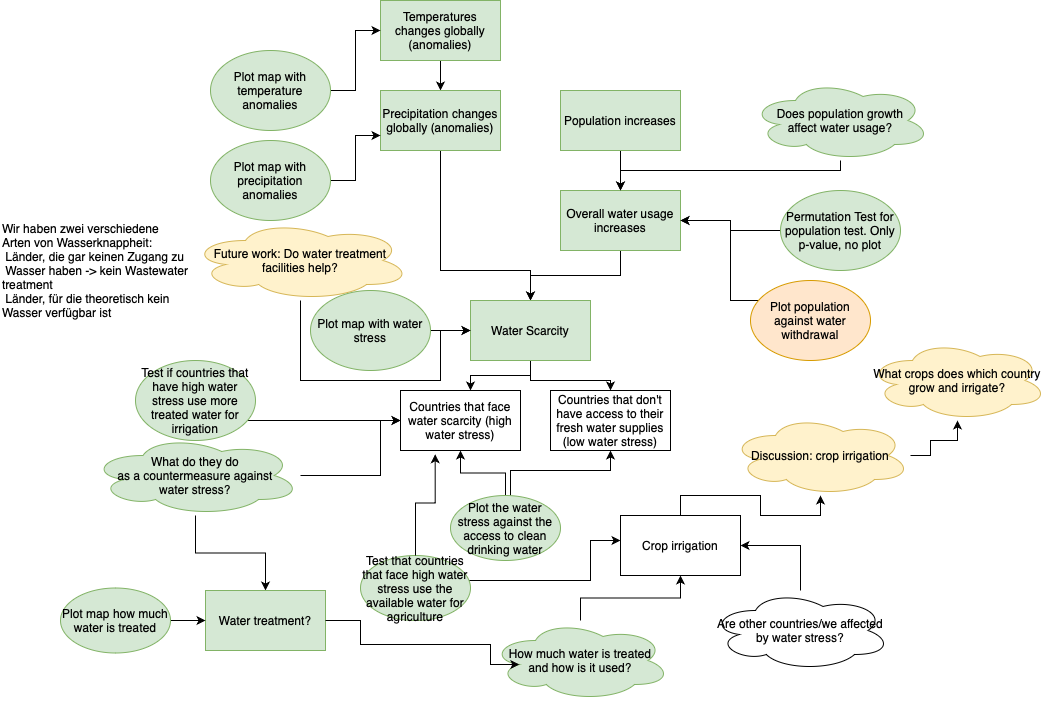
Before: paper_topics.drawio.png, a diagram exported from draw.io (am9zZWY/team-aqua). Source tidied: cells renumbered, new cells last; positions are measured from the earlier drawing's top-left corner, leaving out a move shared by most shapes.
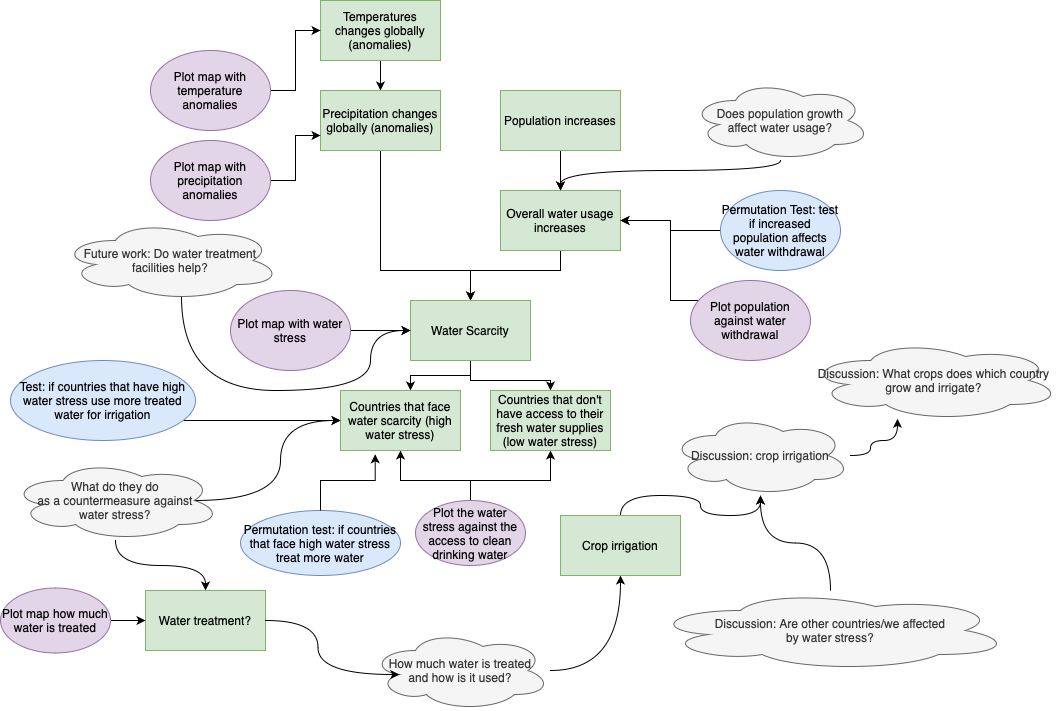
After the commit.

What changed in the source:
```diff
@@ -4,3 +4,3 @@
     <mxCell id="1" parent="0" />
-    <mxCell id="2" style="edgeStyle=orthogonalEdgeStyle;rounded=0;jettySize=auto;html=1;" parent="1" edge="1" source="3" target="5">
+    <mxCell id="2" style="edgeStyle=orthogonalEdgeStyle;rounded=0;jettySize=auto;html=1;fillColor=none;" parent="1" edge="1" source="3" target="5">
       <mxGeometry relative="1" as="geometry" />
@@ -10,3 +10,3 @@
     </mxCell>
-    <mxCell id="4" style="edgeStyle=orthogonalEdgeStyle;rounded=0;jettySize=auto;html=1;entryX=0.5;entryY=0;entryDx=0;entryDy=0;" parent="1" edge="1" source="5" target="12">
+    <mxCell id="4" style="edgeStyle=orthogonalEdgeStyle;rounded=0;jettySize=auto;html=1;entryX=0.5;entryY=0;entryDx=0;entryDy=0;fillColor=none;" parent="1" edge="1" source="5" target="12">
       <mxGeometry relative="1" as="geometry">
@@ -21,3 +21,3 @@
     </mxCell>
-    <mxCell id="6" style="edgeStyle=orthogonalEdgeStyle;rounded=0;jettySize=auto;html=1;" parent="1" edge="1" source="7" target="9">
+    <mxCell id="6" style="edgeStyle=orthogonalEdgeStyle;rounded=0;jettySize=auto;html=1;fillColor=none;" parent="1" edge="1" source="7" target="9">
       <mxGeometry relative="1" as="geometry" />
@@ -27,4 +27,9 @@
     </mxCell>
-    <mxCell id="8" style="edgeStyle=orthogonalEdgeStyle;rounded=0;jettySize=auto;html=1;" parent="1" edge="1" source="9" target="12">
-      <mxGeometry relative="1" as="geometry" />
+    <mxCell id="8" style="edgeStyle=orthogonalEdgeStyle;rounded=0;jettySize=auto;html=1;fillColor=none;" parent="1" edge="1" source="9" target="12">
+      <mxGeometry relative="1" as="geometry">
+        <Array as="points">
+          <mxPoint x="620" y="270" />
+          <mxPoint x="530" y="270" />
+        </Array>
+      </mxGeometry>
     </mxCell>
@@ -33,3 +38,3 @@
     </mxCell>
-    <mxCell id="10" style="edgeStyle=orthogonalEdgeStyle;rounded=0;jettySize=auto;html=1;" parent="1" edge="1" source="12" target="45">
+    <mxCell id="10" style="edgeStyle=orthogonalEdgeStyle;rounded=0;jettySize=auto;html=1;fillColor=none;" parent="1" edge="1" source="12" target="45">
       <mxGeometry relative="1" as="geometry">
@@ -41,3 +46,3 @@
     </mxCell>
-    <mxCell id="11" style="edgeStyle=orthogonalEdgeStyle;rounded=0;jettySize=auto;html=1;" parent="1" edge="1" source="12" target="46">
+    <mxCell id="11" style="edgeStyle=orthogonalEdgeStyle;rounded=0;jettySize=auto;html=1;fillColor=none;" parent="1" edge="1" source="12" target="46">
       <mxGeometry relative="1" as="geometry">
@@ -52,17 +57,12 @@
     </mxCell>
-    <mxCell id="13" style="edgeStyle=orthogonalEdgeStyle;rounded=0;jettySize=auto;html=1;" parent="1" edge="1" source="15" target="18">
+    <mxCell id="13" style="edgeStyle=orthogonalEdgeStyle;rounded=0;jettySize=auto;html=1;fillColor=none;curved=1;" parent="1" edge="1" source="15" target="18">
       <mxGeometry relative="1" as="geometry" />
     </mxCell>
-    <mxCell id="14" style="edgeStyle=orthogonalEdgeStyle;rounded=0;jettySize=auto;html=1;" parent="1" edge="1" source="15" target="45">
-      <mxGeometry relative="1" as="geometry">
-        <Array as="points">
-          <mxPoint x="380" y="475" />
-          <mxPoint x="380" y="420" />
-        </Array>
-      </mxGeometry>
+    <mxCell id="14" style="edgeStyle=orthogonalEdgeStyle;rounded=0;jettySize=auto;html=1;fillColor=none;curved=1;exitX=0.875;exitY=0.5;exitDx=0;exitDy=0;exitPerimeter=0;entryX=0;entryY=0.5;entryDx=0;entryDy=0;" parent="1" edge="1" source="15" target="45">
+      <mxGeometry relative="1" as="geometry" />
     </mxCell>
-    <mxCell id="15" value="What do they do&lt;br&gt;as a countermeasure against&lt;br&gt;water stress?" style="ellipse;shape=cloud;whiteSpace=wrap;html=1;fillColor=#d5e8d4;strokeColor=#82b366;" parent="1" vertex="1">
-      <mxGeometry x="90" y="435" width="210" height="80" as="geometry" />
+    <mxCell id="15" value="What do they do&lt;br&gt;as a countermeasure against&lt;br&gt;water stress?" style="ellipse;shape=cloud;whiteSpace=wrap;html=1;fillColor=#f5f5f5;fontColor=#333333;strokeColor=#666666;" parent="1" vertex="1">
+      <mxGeometry x="70" y="460" width="210" height="80" as="geometry" />
     </mxCell>
-    <mxCell id="16" style="edgeStyle=orthogonalEdgeStyle;rounded=0;jettySize=auto;html=1;" parent="1" edge="1" source="17" target="9">
+    <mxCell id="16" style="edgeStyle=orthogonalEdgeStyle;rounded=0;jettySize=auto;html=1;fillColor=none;curved=1;" parent="1" edge="1" source="17" target="9">
       <mxGeometry relative="1" as="geometry">
@@ -73,3 +73,3 @@
     </mxCell>
-    <mxCell id="17" value="Does population growth&lt;br&gt;affect water usage?" style="ellipse;shape=cloud;whiteSpace=wrap;html=1;fillColor=#d5e8d4;strokeColor=#82b366;" parent="1" vertex="1">
+    <mxCell id="17" value="Does population growth&lt;br&gt;affect water usage?" style="ellipse;shape=cloud;whiteSpace=wrap;html=1;fillColor=#f5f5f5;fontColor=#333333;strokeColor=#666666;" parent="1" vertex="1">
       <mxGeometry x="750" y="80" width="180" height="80" as="geometry" />
@@ -79,38 +79,32 @@
     </mxCell>
-    <mxCell id="19" style="edgeStyle=orthogonalEdgeStyle;rounded=0;jettySize=auto;html=1;" parent="1" edge="1" source="20" target="23">
+    <mxCell id="19" style="edgeStyle=orthogonalEdgeStyle;rounded=0;jettySize=auto;html=1;fillColor=none;curved=1;" parent="1" edge="1" source="20" target="23">
       <mxGeometry relative="1" as="geometry" />
     </mxCell>
-    <mxCell id="20" value="How much water is treated&lt;br&gt;and how is it used?" style="ellipse;shape=cloud;whiteSpace=wrap;html=1;fillColor=#d5e8d4;strokeColor=#82b366;" parent="1" vertex="1">
-      <mxGeometry x="490" y="620" width="180" height="80" as="geometry" />
+    <mxCell id="20" value="How much water is treated&lt;br&gt;and how is it used?" style="ellipse;shape=cloud;whiteSpace=wrap;html=1;fillColor=#f5f5f5;fontColor=#333333;strokeColor=#666666;" parent="1" vertex="1">
+      <mxGeometry x="430" y="630" width="180" height="80" as="geometry" />
     </mxCell>
-    <mxCell id="21" style="edgeStyle=orthogonalEdgeStyle;rounded=0;jettySize=auto;html=1;entryX=0.16;entryY=0.55;entryDx=0;entryDy=0;entryPerimeter=0;" parent="1" edge="1" source="18" target="20">
-      <mxGeometry relative="1" as="geometry">
-        <Array as="points">
-          <mxPoint x="360" y="620" />
-          <mxPoint x="360" y="644" />
-          <mxPoint x="490" y="644" />
-          <mxPoint x="490" y="664" />
-        </Array>
-      </mxGeometry>
+    <mxCell id="21" style="edgeStyle=orthogonalEdgeStyle;rounded=0;jettySize=auto;html=1;entryX=0.16;entryY=0.55;entryDx=0;entryDy=0;entryPerimeter=0;fillColor=none;curved=1;" parent="1" edge="1" source="18" target="20">
+      <mxGeometry relative="1" as="geometry" />
     </mxCell>
-    <mxCell id="22" style="edgeStyle=orthogonalEdgeStyle;rounded=0;jettySize=auto;html=1;" parent="1" edge="1" source="23" target="51">
+    <mxCell id="22" style="edgeStyle=orthogonalEdgeStyle;rounded=0;jettySize=auto;html=1;fillColor=none;curved=1;" parent="1" edge="1" source="23" target="51">
       <mxGeometry relative="1" as="geometry" />
     </mxCell>
-    <mxCell id="23" value="Crop irrigation" style="rounded=0;whiteSpace=wrap;html=1;" parent="1" vertex="1">
+    <mxCell id="23" value="Crop irrigation" style="rounded=0;whiteSpace=wrap;html=1;fillColor=#d5e8d4;strokeColor=#82b366;" parent="1" vertex="1">
       <mxGeometry x="620" y="515" width="120" height="60" as="geometry" />
     </mxCell>
-    <mxCell id="24" value="What crops does which country&lt;br&gt;grow and irrigate?" style="ellipse;shape=cloud;whiteSpace=wrap;html=1;fillColor=#fff2cc;strokeColor=#d6b656;" parent="1" vertex="1">
-      <mxGeometry x="867" y="340" width="180" height="80" as="geometry" />
+    <mxCell id="24" value="Discussion: What crops does which country&lt;br&gt;grow and irrigate?" style="ellipse;shape=cloud;whiteSpace=wrap;html=1;fillColor=#f5f5f5;fontColor=#333333;strokeColor=#666666;" parent="1" vertex="1">
+      <mxGeometry x="867" y="340" width="253" height="80" as="geometry" />
     </mxCell>
-    <mxCell id="25" style="edgeStyle=orthogonalEdgeStyle;rounded=0;jettySize=auto;html=1;entryX=1;entryY=0.5;entryDx=0;entryDy=0;" parent="1" edge="1" source="26" target="23">
+    <mxCell id="25" style="edgeStyle=orthogonalEdgeStyle;rounded=0;jettySize=auto;html=1;fillColor=none;curved=1;" parent="1" edge="1" source="26" target="51">
       <mxGeometry relative="1" as="geometry" />
     </mxCell>
-    <mxCell id="26" value="Are other countries/we affected&lt;br&gt;by water stress?" style="ellipse;shape=cloud;whiteSpace=wrap;html=1;" parent="1" vertex="1">
-      <mxGeometry x="710" y="590" width="180" height="80" as="geometry" />
+    <mxCell id="26" value="Discussion: Are other countries/we affected&lt;br&gt;by water stress?" style="ellipse;shape=cloud;whiteSpace=wrap;html=1;fillColor=#f5f5f5;fontColor=#333333;strokeColor=#666666;" parent="1" vertex="1">
+      <mxGeometry x="710" y="590" width="360" height="80" as="geometry" />
     </mxCell>
-    <mxCell id="27" style="edgeStyle=orthogonalEdgeStyle;rounded=0;jettySize=auto;html=1;" parent="1" edge="1" source="28" target="12">
+    <mxCell id="27" style="edgeStyle=orthogonalEdgeStyle;rounded=0;jettySize=auto;html=1;fillColor=none;curved=1;exitX=0.55;exitY=0.95;exitDx=0;exitDy=0;exitPerimeter=0;" parent="1" edge="1" source="28" target="12">
       <mxGeometry relative="1" as="geometry">
         <Array as="points">
-          <mxPoint x="440" y="380" />
-          <mxPoint x="440" y="330" />
+          <mxPoint x="241" y="390" />
+          <mxPoint x="430" y="390" />
+          <mxPoint x="430" y="330" />
         </Array>
@@ -118,30 +112,30 @@
     </mxCell>
-    <mxCell id="28" value="Future work: Do water treatment facilities help?" style="ellipse;shape=cloud;whiteSpace=wrap;html=1;fillColor=#fff2cc;strokeColor=#d6b656;" parent="1" vertex="1">
-      <mxGeometry x="190" y="220" width="220" height="80" as="geometry" />
+    <mxCell id="28" value="Future work: Do water treatment facilities help?" style="ellipse;shape=cloud;whiteSpace=wrap;html=1;fillColor=#f5f5f5;fontColor=#333333;strokeColor=#666666;" parent="1" vertex="1">
+      <mxGeometry x="120" y="220" width="220" height="80" as="geometry" />
     </mxCell>
-    <mxCell id="29" style="edgeStyle=orthogonalEdgeStyle;rounded=0;jettySize=auto;html=1;" parent="1" edge="1" source="30" target="12">
+    <mxCell id="29" style="edgeStyle=orthogonalEdgeStyle;rounded=0;jettySize=auto;html=1;fillColor=none;" parent="1" edge="1" source="30" target="12">
       <mxGeometry relative="1" as="geometry" />
     </mxCell>
-    <mxCell id="30" value="Plot map with water stress" style="ellipse;whiteSpace=wrap;html=1;fillColor=#d5e8d4;strokeColor=#82b366;" parent="1" vertex="1">
-      <mxGeometry x="310" y="290" width="120" height="80" as="geometry" />
+    <mxCell id="30" value="Plot map with water stress" style="ellipse;whiteSpace=wrap;html=1;fillColor=#e1d5e7;strokeColor=#9673a6;" parent="1" vertex="1">
+      <mxGeometry x="290" y="290" width="120" height="80" as="geometry" />
     </mxCell>
-    <mxCell id="31" style="edgeStyle=orthogonalEdgeStyle;rounded=0;jettySize=auto;html=1;" parent="1" edge="1" source="32" target="3">
+    <mxCell id="31" style="edgeStyle=orthogonalEdgeStyle;rounded=0;jettySize=auto;html=1;fillColor=none;" parent="1" edge="1" source="32" target="3">
       <mxGeometry relative="1" as="geometry" />
     </mxCell>
-    <mxCell id="32" value="Plot map with temperature anomalies" style="ellipse;whiteSpace=wrap;html=1;fillColor=#d5e8d4;strokeColor=#82b366;" parent="1" vertex="1">
+    <mxCell id="32" value="Plot map with temperature anomalies" style="ellipse;whiteSpace=wrap;html=1;fillColor=#e1d5e7;strokeColor=#9673a6;" parent="1" vertex="1">
       <mxGeometry x="210" y="50" width="120" height="80" as="geometry" />
     </mxCell>
-    <mxCell id="33" style="edgeStyle=orthogonalEdgeStyle;rounded=0;jettySize=auto;html=1;entryX=0;entryY=0.75;entryDx=0;entryDy=0;" parent="1" edge="1" source="34" target="5">
+    <mxCell id="33" style="edgeStyle=orthogonalEdgeStyle;rounded=0;jettySize=auto;html=1;entryX=0;entryY=0.75;entryDx=0;entryDy=0;fillColor=none;" parent="1" edge="1" source="34" target="5">
       <mxGeometry relative="1" as="geometry" />
     </mxCell>
-    <mxCell id="34" value="Plot map with precipitation anomalies" style="ellipse;whiteSpace=wrap;html=1;fillColor=#d5e8d4;strokeColor=#82b366;" parent="1" vertex="1">
+    <mxCell id="34" value="Plot map with precipitation anomalies" style="ellipse;whiteSpace=wrap;html=1;fillColor=#e1d5e7;strokeColor=#9673a6;" parent="1" vertex="1">
       <mxGeometry x="210" y="140" width="120" height="80" as="geometry" />
     </mxCell>
-    <mxCell id="35" style="edgeStyle=orthogonalEdgeStyle;rounded=0;jettySize=auto;html=1;" parent="1" edge="1" source="36" target="9">
+    <mxCell id="35" style="edgeStyle=orthogonalEdgeStyle;rounded=0;jettySize=auto;html=1;fillColor=none;" parent="1" edge="1" source="36" target="9">
       <mxGeometry relative="1" as="geometry" />
     </mxCell>
-    <mxCell id="36" value="Permutation Test for population test. Only p-value, no plot" style="ellipse;whiteSpace=wrap;html=1;fillColor=#d5e8d4;strokeColor=#82b366;" parent="1" vertex="1">
+    <mxCell id="36" value="Permutation Test: test if increased population affects water withdrawal" style="ellipse;whiteSpace=wrap;html=1;fillColor=#dae8fc;strokeColor=#6c8ebf;" parent="1" vertex="1">
       <mxGeometry x="780" y="190" width="120" height="80" as="geometry" />
     </mxCell>
-    <mxCell id="37" style="edgeStyle=orthogonalEdgeStyle;rounded=0;jettySize=auto;html=1;" parent="1" edge="1" source="38" target="9">
+    <mxCell id="37" style="edgeStyle=orthogonalEdgeStyle;rounded=0;jettySize=auto;html=1;fillColor=none;" parent="1" edge="1" source="38" target="9">
       <mxGeometry relative="1" as="geometry">
@@ -153,16 +147,16 @@
     </mxCell>
-    <mxCell id="38" value="Plot population against water withdrawal" style="ellipse;whiteSpace=wrap;html=1;fillColor=#ffe6cc;strokeColor=#d79b00;" parent="1" vertex="1">
+    <mxCell id="38" value="Plot population against water withdrawal" style="ellipse;whiteSpace=wrap;html=1;fillColor=#e1d5e7;strokeColor=#9673a6;" parent="1" vertex="1">
       <mxGeometry x="750" y="280" width="120" height="80" as="geometry" />
     </mxCell>
-    <mxCell id="39" style="edgeStyle=orthogonalEdgeStyle;rounded=0;jettySize=auto;html=1;" parent="1" edge="1" source="40" target="18">
+    <mxCell id="39" style="edgeStyle=orthogonalEdgeStyle;rounded=0;jettySize=auto;html=1;fillColor=none;" parent="1" edge="1" source="40" target="18">
       <mxGeometry relative="1" as="geometry" />
     </mxCell>
-    <mxCell id="40" value="Plot map how much water is treated" style="ellipse;whiteSpace=wrap;html=1;fillColor=#d5e8d4;strokeColor=#82b366;rotation=0;" parent="1" vertex="1">
+    <mxCell id="40" value="Plot map how much water is treated" style="ellipse;whiteSpace=wrap;html=1;fillColor=#e1d5e7;rotation=0;strokeColor=#9673a6;" parent="1" vertex="1">
       <mxGeometry x="60" y="587.5" width="110" height="65" as="geometry" />
     </mxCell>
-    <mxCell id="41" style="edgeStyle=orthogonalEdgeStyle;rounded=0;jettySize=auto;html=1;" parent="1" edge="1" source="43" target="46">
+    <mxCell id="41" style="edgeStyle=orthogonalEdgeStyle;rounded=0;jettySize=auto;html=1;fillColor=none;" parent="1" edge="1" source="43" target="46">
       <mxGeometry relative="1" as="geometry">
         <Array as="points">
-          <mxPoint x="510" y="470" />
-          <mxPoint x="610" y="470" />
+          <mxPoint x="530" y="480" />
+          <mxPoint x="610" y="480" />
         </Array>
@@ -170,32 +164,26 @@
     </mxCell>
-    <mxCell id="42" style="edgeStyle=orthogonalEdgeStyle;rounded=0;jettySize=auto;html=1;" parent="1" edge="1" source="43" target="45">
-      <mxGeometry relative="1" as="geometry" />
+    <mxCell id="42" style="edgeStyle=orthogonalEdgeStyle;rounded=0;jettySize=auto;html=1;fillColor=none;" parent="1" edge="1" source="43" target="45">
+      <mxGeometry relative="1" as="geometry">
+        <Array as="points">
+          <mxPoint x="530" y="480" />
+          <mxPoint x="460" y="480" />
+        </Array>
+      </mxGeometry>
     </mxCell>
-    <mxCell id="43" value="Plot the water stress against the access to clean drinking water" style="ellipse;whiteSpace=wrap;html=1;fillColor=#d5e8d4;strokeColor=#82b366;" parent="1" vertex="1">
-      <mxGeometry x="450" y="495" width="110" height="65" as="geometry" />
+    <mxCell id="43" value="Plot the water stress against the access to clean drinking water" style="ellipse;whiteSpace=wrap;html=1;fillColor=#e1d5e7;strokeColor=#9673a6;" parent="1" vertex="1">
+      <mxGeometry x="475" y="500" width="110" height="65" as="geometry" />
     </mxCell>
-    <mxCell id="44" value="&lt;div style=&quot;&quot;&gt;Wir haben zwei verschiedene Arten von Wasserknappheit:&lt;/div&gt;&amp;nbsp;Länder, die gar keinen Zugang zu &amp;nbsp;Wasser haben -&amp;gt; kein Wastewater treatment&lt;br&gt;&amp;nbsp;Länder, für die theoretisch kein Wasser verfügbar ist" style="text;html=1;strokeColor=none;fillColor=none;align=left;verticalAlign=middle;whiteSpace=wrap;rounded=0;" parent="1" vertex="1">
-      <mxGeometry y="220" width="190" height="100" as="geometry" />
-    </mxCell>
-    <mxCell id="45" value="Countries that face water scarcity (high water stress)" style="rounded=0;whiteSpace=wrap;html=1;" parent="1" vertex="1">
+    <mxCell id="45" value="Countries that face water scarcity (high water stress)" style="rounded=0;whiteSpace=wrap;html=1;fillColor=#d5e8d4;strokeColor=#82b366;" parent="1" vertex="1">
       <mxGeometry x="400" y="390" width="120" height="60" as="geometry" />
     </mxCell>
-    <mxCell id="46" value="Countries that don't have access to their fresh water supplies (low water stress)" style="rounded=0;whiteSpace=wrap;html=1;" parent="1" vertex="1">
+    <mxCell id="46" value="Countries that don't have access to their fresh water supplies (low water stress)" style="rounded=0;whiteSpace=wrap;html=1;fillColor=#d5e8d4;strokeColor=#82b366;" parent="1" vertex="1">
       <mxGeometry x="550" y="390" width="120" height="60" as="geometry" />
     </mxCell>
-    <mxCell id="47" style="edgeStyle=orthogonalEdgeStyle;rounded=0;jettySize=auto;html=1;" parent="1" edge="1" source="48" target="23">
-      <mxGeometry relative="1" as="geometry">
-        <Array as="points">
-          <mxPoint x="590" y="580" />
-          <mxPoint x="590" y="540" />
-        </Array>
-      </mxGeometry>
-    </mxCell>
-    <mxCell id="48" value="Test that countries that face high water stress use the available water for agriculture" style="ellipse;whiteSpace=wrap;html=1;fillColor=#d5e8d4;strokeColor=#82b366;rotation=0;" parent="1" vertex="1">
-      <mxGeometry x="360" y="555" width="110" height="65" as="geometry" />
+    <mxCell id="48" value="Permutation test: if countries that face high water stress treat more water" style="ellipse;whiteSpace=wrap;html=1;fillColor=#dae8fc;rotation=0;strokeColor=#6c8ebf;" parent="1" vertex="1">
+      <mxGeometry x="300" y="510" width="160" height="65" as="geometry" />
     </mxCell>
-    <mxCell id="49" style="edgeStyle=orthogonalEdgeStyle;rounded=0;jettySize=auto;html=1;entryX=0.289;entryY=1.063;entryDx=0;entryDy=0;entryPerimeter=0;" parent="1" edge="1" source="48" target="45">
+    <mxCell id="49" style="edgeStyle=orthogonalEdgeStyle;rounded=0;jettySize=auto;html=1;entryX=0.289;entryY=1.063;entryDx=0;entryDy=0;entryPerimeter=0;fillColor=none;" parent="1" edge="1" source="48" target="45">
       <mxGeometry relative="1" as="geometry" />
     </mxCell>
-    <mxCell id="50" style="edgeStyle=orthogonalEdgeStyle;rounded=0;jettySize=auto;html=1;" parent="1" edge="1" source="51" target="24">
+    <mxCell id="50" style="edgeStyle=orthogonalEdgeStyle;rounded=0;jettySize=auto;html=1;fillColor=none;curved=1;" parent="1" edge="1" source="51" target="24">
       <mxGeometry relative="1" as="geometry">
@@ -208,6 +196,6 @@
     </mxCell>
-    <mxCell id="51" value="Discussion: crop irrigation" style="ellipse;shape=cloud;whiteSpace=wrap;html=1;fillColor=#fff2cc;strokeColor=#d6b656;" parent="1" vertex="1">
+    <mxCell id="51" value="Discussion: crop irrigation" style="ellipse;shape=cloud;whiteSpace=wrap;html=1;fillColor=#f5f5f5;fontColor=#333333;strokeColor=#666666;" parent="1" vertex="1">
       <mxGeometry x="730" y="415" width="180" height="80" as="geometry" />
     </mxCell>
-    <mxCell id="52" style="edgeStyle=orthogonalEdgeStyle;rounded=0;jettySize=auto;html=1;" parent="1" edge="1" source="53" target="45">
+    <mxCell id="52" style="edgeStyle=orthogonalEdgeStyle;rounded=0;jettySize=auto;html=1;fillColor=none;" parent="1" edge="1" source="53" target="45">
       <mxGeometry relative="1" as="geometry">
@@ -218,4 +206,4 @@
     </mxCell>
-    <mxCell id="53" value="Test if countries that have high water stress use more treated water for irrigation" style="ellipse;whiteSpace=wrap;html=1;fillColor=#d5e8d4;strokeColor=#82b366;" parent="1" vertex="1">
-      <mxGeometry x="135" y="360" width="120" height="80" as="geometry" />
+    <mxCell id="53" value="Test: if countries that have high water stress use more treated water for irrigation" style="ellipse;whiteSpace=wrap;html=1;fillColor=#dae8fc;strokeColor=#6c8ebf;" parent="1" vertex="1">
+      <mxGeometry x="70" y="360" width="185" height="80" as="geometry" />
     </mxCell>
```
